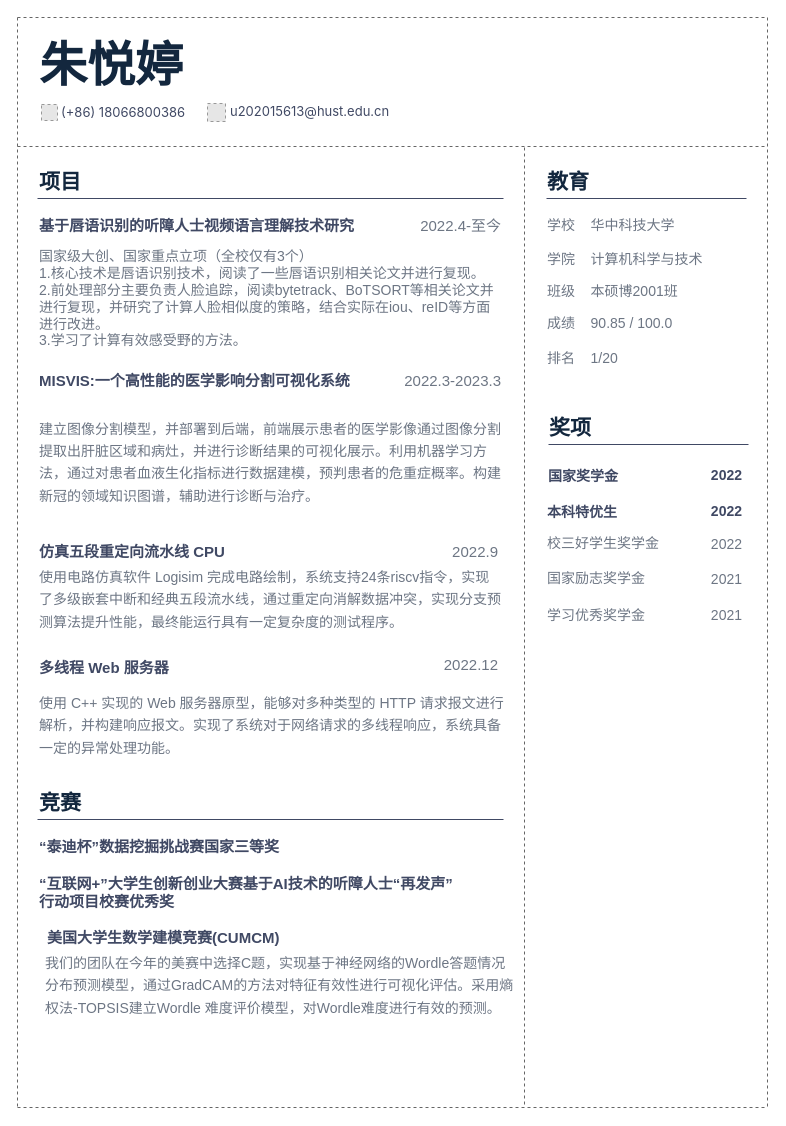
The draw.io diagram source/DrawCV.drawio in Polycoriander/DrawCV, before the edit. Source tidied: cells renumbered, new cells numbered last; positions are measured from the earlier drawing's top-left corner, leaving out a move shared by most shapes. Both pictures are drawn from the tidied source at 100%, with x=0, y=0 at pixel (17, 17). Pictures stored in the file or linked from it are replaced by grey dashed boxes.
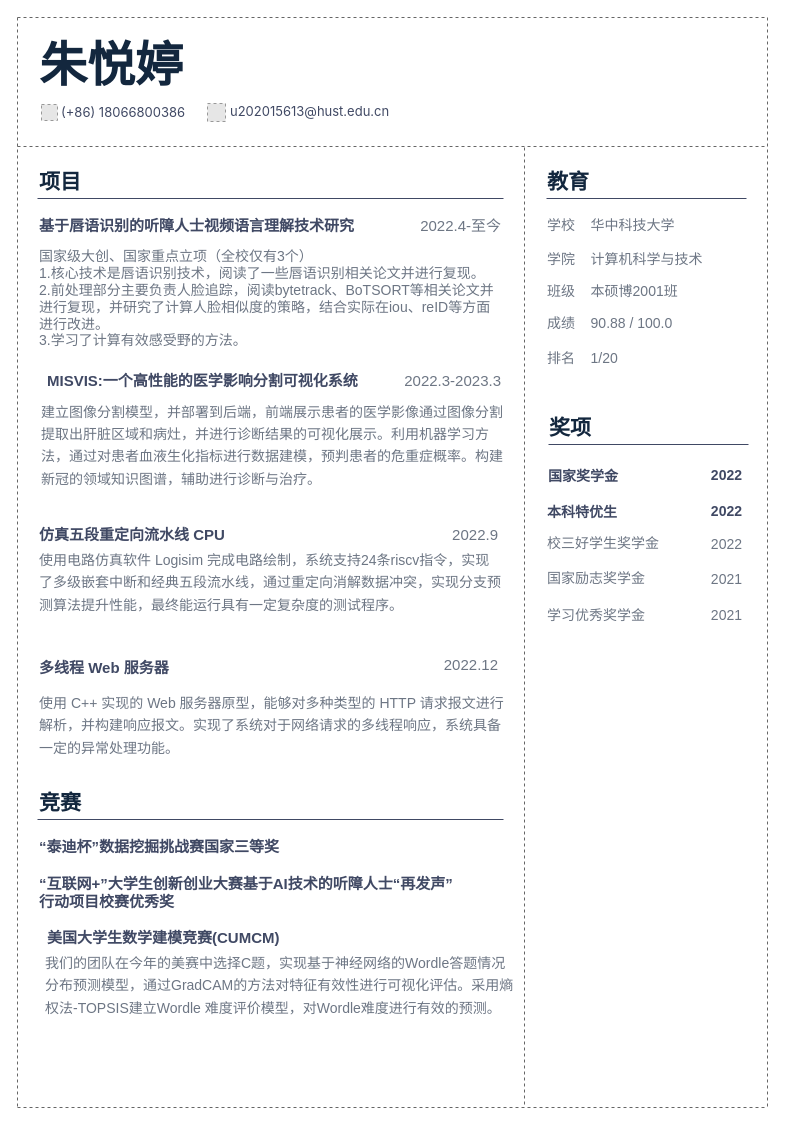
Above is the later version.

Diff of the diagram source:
```diff
@@
-    <mxCell id="17" value="&lt;font style=&quot;font-size: 14px;&quot;&gt;成绩&amp;nbsp; &amp;nbsp; 90.85 / 100.0&lt;/font&gt;" style="text;html=1;strokeColor=none;fillColor=none;align=left;verticalAlign=middle;whiteSpace=wrap;rounded=0;fontFamily=Source Han Sans;fontSize=12;fontColor=#6D7684;fontStyle=0;" parent="1" vertex="1">
+    <mxCell id="17" value="&lt;font style=&quot;font-size: 14px;&quot;&gt;成绩&amp;nbsp; &amp;nbsp; 90.88 / 100.0&lt;/font&gt;" style="text;html=1;strokeColor=none;fillColor=none;align=left;verticalAlign=middle;whiteSpace=wrap;rounded=0;fontFamily=Source Han Sans;fontSize=12;fontColor=#6D7684;fontStyle=0;" parent="1" vertex="1">
       <mxGeometry x="528" y="294.5" width="199" height="23" as="geometry" />
     </mxCell>
@@
-    <mxCell id="30" value="&lt;p class=&quot;MsoNormal&quot;&gt;&lt;a&gt;MISVIS:一个高性能的医学影响分割可视化系统&lt;/a&gt;&lt;/p&gt;" style="text;html=1;strokeColor=none;fillColor=none;align=left;verticalAlign=middle;whiteSpace=wrap;rounded=0;fontSize=15;fontFamily=Source Han Sans;fontStyle=1;fontColor=#404964;" parent="1" vertex="1">
-      <mxGeometry x="20" y="353" width="416" height="20" as="geometry" />
+    <mxCell id="30" value="MISVIS:一个高性能的医学影响分割可视化系统" style="text;html=1;strokeColor=none;fillColor=none;align=left;verticalAlign=middle;whiteSpace=wrap;rounded=0;fontSize=15;fontFamily=Source Han Sans;fontStyle=1;fontColor=#404964;" parent="1" vertex="1">
+      <mxGeometry x="28" y="352.5" width="416" height="20" as="geometry" />
     </mxCell>
@@
     <mxCell id="39" value="仿真五段重定向流水线 &lt;span&gt;CPU&lt;/span&gt;" style="text;html=1;strokeColor=none;fillColor=none;align=left;verticalAlign=middle;whiteSpace=wrap;rounded=0;fontSize=15;fontFamily=Source Han Sans;fontStyle=1;fontColor=#404964;" parent="1" vertex="1">
-      <mxGeometry x="20" y="523.5" width="416" height="20" as="geometry" />
+      <mxGeometry x="20" y="506.5" width="416" height="20" as="geometry" />
     </mxCell>
     <mxCell id="40" value="2022.9" style="text;html=1;strokeColor=none;fillColor=none;align=right;verticalAlign=middle;whiteSpace=wrap;rounded=0;fontFamily=Source Han Sans;fontSize=15;fontColor=#6D7684;fontStyle=0;" parent="1" vertex="1">
-      <mxGeometry x="436" y="526.5" width="47" height="14" as="geometry" />
+      <mxGeometry x="436" y="509.5" width="47" height="14" as="geometry" />
     </mxCell>
     <mxCell id="41" value="&lt;p style=&quot;line-height: 1.6;&quot;&gt;&lt;font style=&quot;font-size: 14px;&quot;&gt;使用电路仿真软件 Logisim 完成电路绘制，系统支持24条riscv指令，实现了多级嵌套中断和经典五段流水线，通过重定向消解数据冲突，实现分支预测算法提升性能，最终能运行具有一定复杂度的测试程序。&lt;/font&gt;&lt;/p&gt;" style="text;html=1;strokeColor=none;fillColor=none;align=left;verticalAlign=middle;whiteSpace=wrap;rounded=0;fontFamily=Source Han Sans;fontSize=12;fontColor=#6D7684;fontStyle=0;" parent="1" vertex="1">
-      <mxGeometry x="20" y="554.3" width="466" height="55" as="geometry" />
+      <mxGeometry x="20" y="537.3" width="466" height="55" as="geometry" />
     </mxCell>
@@
     <mxCell id="48" value="&lt;p style=&quot;line-height: 1.6;&quot;&gt;&lt;font style=&quot;font-size: 14px;&quot;&gt;&lt;font style=&quot;&quot;&gt;&lt;font style=&quot;&quot;&gt;建立图像分割模型，并部署到后端，前端展示患者的医学影像通过图像分割提取出肝脏区域和病灶，并进行诊断结果的可视&lt;/font&gt;&lt;/font&gt;&lt;font style=&quot;background-color: initial;&quot;&gt;化展示。&lt;/font&gt;&lt;/font&gt;&lt;span style=&quot;background-color: initial; font-size: 14px;&quot;&gt;利用机器学习方法，通过对患者血液生化指标进行数据建模，预判患者的危重症概率。&lt;/span&gt;&lt;span style=&quot;background-color: initial; font-size: 14px;&quot;&gt;构建新冠的领域知识图谱，辅助进行诊断与治疗。&lt;/span&gt;&lt;/p&gt;&lt;div&gt;&lt;br&gt;&lt;/div&gt;" style="text;html=1;strokeColor=none;fillColor=none;align=left;verticalAlign=middle;whiteSpace=wrap;rounded=0;fontFamily=Source Han Sans;fontSize=12;fontColor=#6D7684;fontStyle=0;" parent="1" vertex="1">
-      <mxGeometry x="20" y="387" width="470" height="130" as="geometry" />
+      <mxGeometry x="22" y="369.5" width="470" height="130" as="geometry" />
     </mxCell>
```
